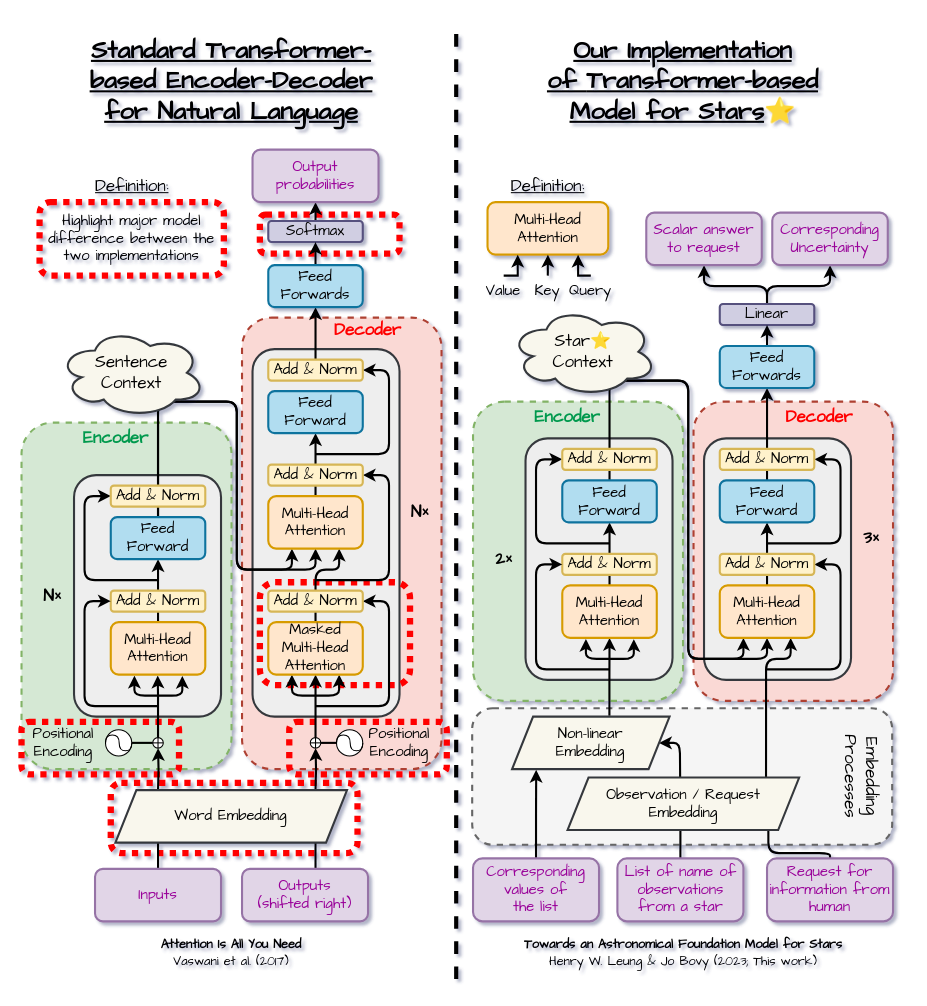
The draw.io diagram model_specs.drawio in Xsmos/cosmology_foundation, before the edit. Source tidied: cells renumbered, new cells numbered last; positions are measured from the earlier drawing's top-left corner, leaving out a move shared by most shapes. Both pictures are drawn from the tidied source at 105%, with x=0, y=0 at pixel (21, 18).
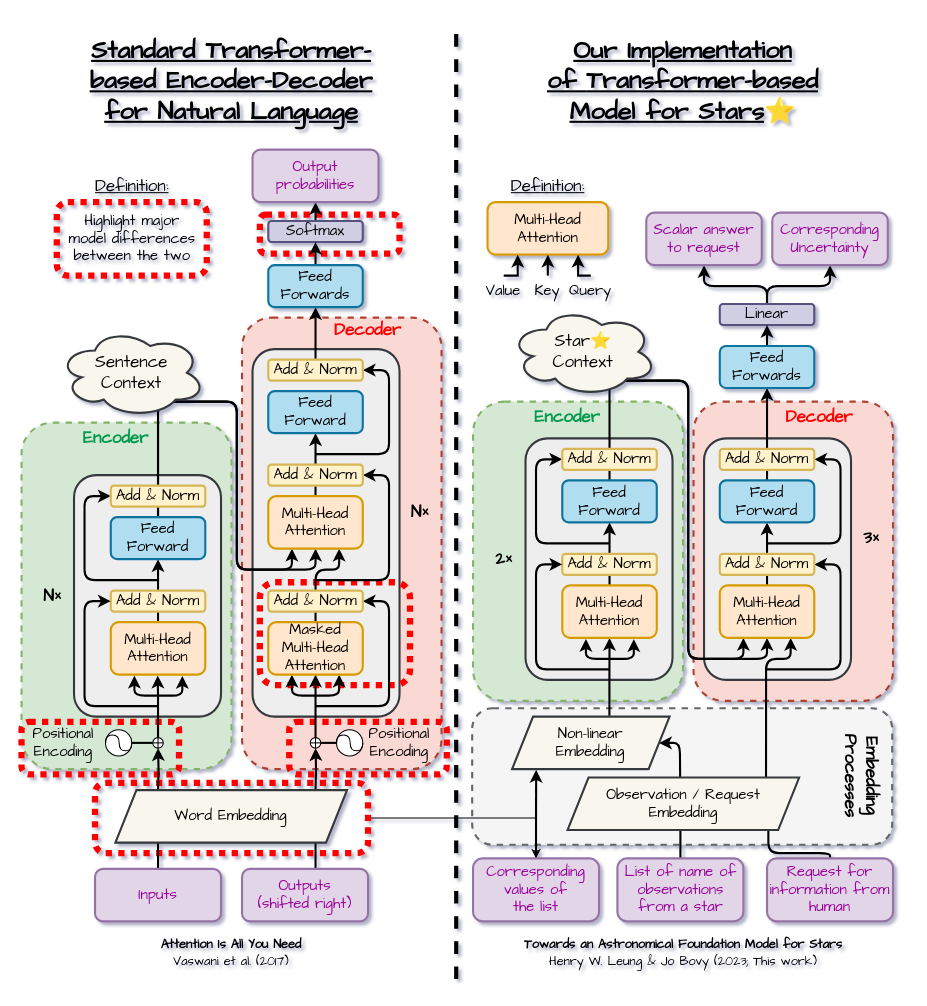
After the change.

Unchanged cells that the change refers to:
```xml
<mxCell id="115" value="&lt;font style=&quot;font-size: 14px;&quot; color=&quot;#990099&quot;&gt;Corresponding values of &lt;br&gt;the list&lt;/font&gt;" style="rounded=1;whiteSpace=wrap;html=1;fillColor=#e1d5e7;strokeColor=#9673a6;strokeWidth=2;shadow=0;fontFamily=Comic Sans MS;" parent="1" vertex="1">
  <mxGeometry x="430" y="800" width="120" height="60" as="geometry" />
</mxCell>
```

Change to the diagram source:
```diff
@@
+    <mxCell id="127" style="edgeStyle=orthogonalEdgeStyle;rounded=0;jettySize=auto;html=1;" parent="1" edge="1" source="3" target="115">
+      <mxGeometry relative="1" as="geometry" />
+    </mxCell>
     <mxCell id="3" style="rounded=1;whiteSpace=wrap;html=1;fillColor=none;strokeWidth=6;strokeColor=#FF0000;dashed=1;perimeterSpacing=2;dashPattern=1 1;" parent="1" vertex="1">
-      <mxGeometry x="85" y="728" width="235" height="67" as="geometry" />
+      <mxGeometry x="70" y="728" width="260" height="67" as="geometry" />
     </mxCell>
@@
-    <mxCell id="122" value="&lt;font face=&quot;Comic Sans MS&quot; style=&quot;font-size: 14px;&quot;&gt;Highlight major model difference between the two implementations&lt;/font&gt;" style="rounded=1;whiteSpace=wrap;html=1;fillColor=none;strokeWidth=6;strokeColor=#FF0000;dashed=1;absoluteArcSize=0;dashPattern=1 1;" parent="1" vertex="1">
-      <mxGeometry x="17.2" y="175" width="175.5" height="70" as="geometry" />
+    <mxCell id="122" value="&lt;font face=&quot;Comic Sans MS&quot; style=&quot;font-size: 14px;&quot;&gt;Highlight major &lt;br&gt;model differences between the two&lt;/font&gt;" style="rounded=1;whiteSpace=wrap;html=1;fillColor=none;strokeWidth=6;strokeColor=#FF0000;dashed=1;absoluteArcSize=0;dashPattern=1 1;" parent="1" vertex="1">
+      <mxGeometry x="33.6" y="175" width="142.8" height="70" as="geometry" />
     </mxCell>
@@
-    <mxCell id="126" value="&lt;font face=&quot;Comic Sans MS&quot; style=&quot;font-size: 16px;&quot;&gt;Embedding &lt;br&gt;Processes&lt;/font&gt;" style="text;html=1;strokeColor=none;fillColor=none;align=center;verticalAlign=middle;whiteSpace=wrap;rounded=0;rotation=90;" parent="1" vertex="1">
+    <mxCell id="126" value="&lt;font face=&quot;Comic Sans MS&quot; style=&quot;font-size: 16px;&quot;&gt;&lt;b&gt;Embedding &lt;br&gt;Processes&lt;/b&gt;&lt;/font&gt;" style="text;html=1;strokeColor=none;fillColor=none;align=center;verticalAlign=middle;whiteSpace=wrap;rounded=0;rotation=90;" parent="1" vertex="1">
       <mxGeometry x="755" y="683" width="90" height="78" as="geometry" />
     </mxCell>
```
